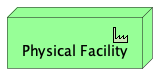
This is doc/elements/physical-facility.plantuml.png from SixArm/archimate-examples, a PlantUML export, as it was before one commit.
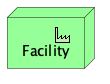
After the commit.

What changed in the source:
```diff
@@ -1,4 +1,4 @@
 @startuml
 !include <archimate/Archimate>
-Physical_Facility(PF_01, "Physical Facility")
+Physical_Facility(Facility, "Facility")
 @enduml
```
